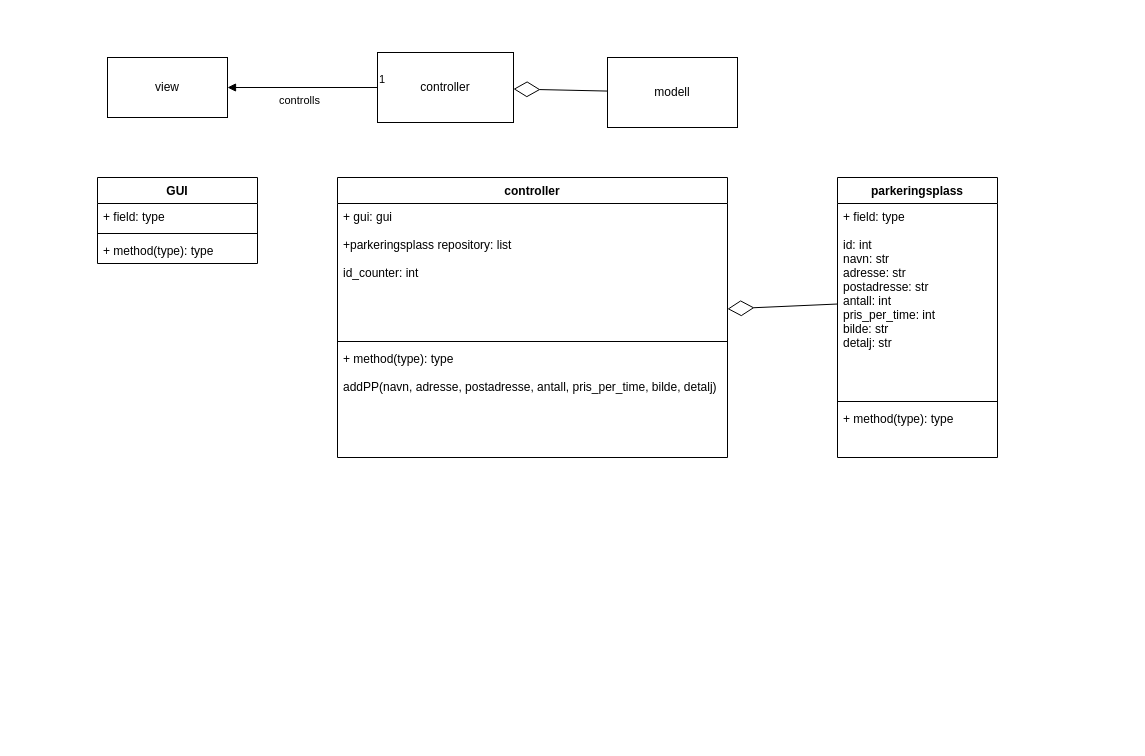
The draw.io diagram parkx_dokumentasjon/diagrammer/klasse diagram/klasse diagram.drawio in Jollokim/ParkX, before the edit. Source tidied: cells renumbered, new cells numbered last; positions are measured from the earlier drawing's top-left corner, leaving out a move shared by most shapes. Both pictures are drawn from the tidied source at 100%, with x=0, y=0 at pixel (97, 52).
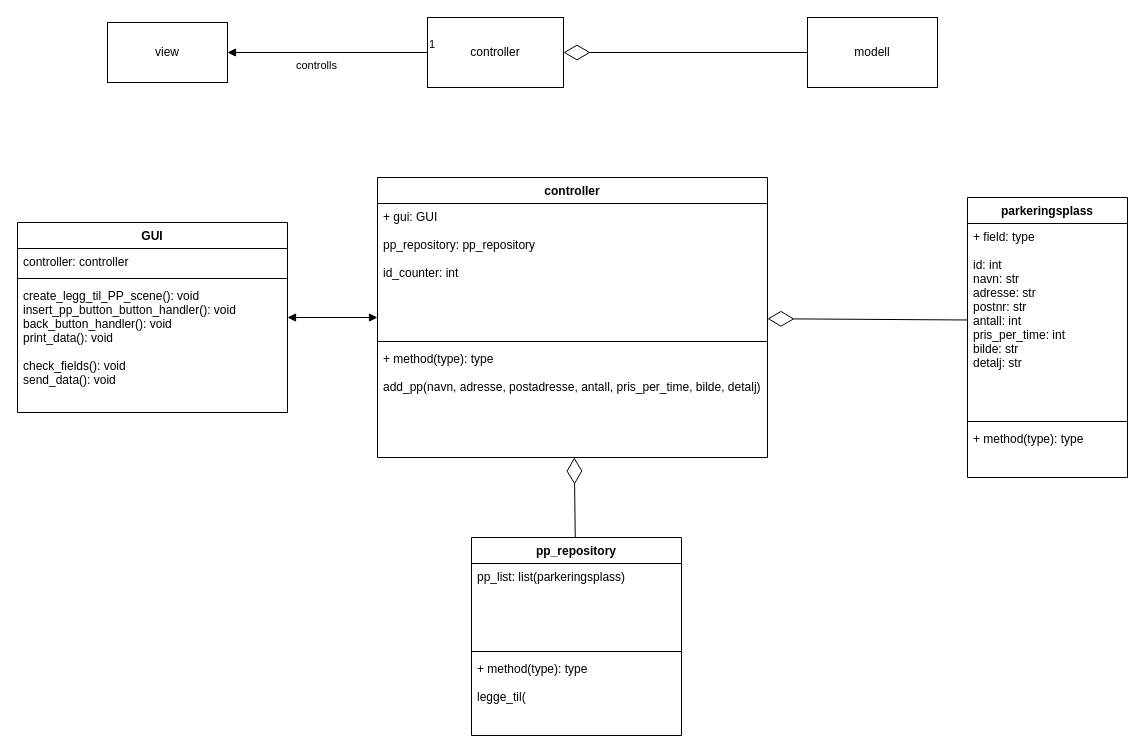
After the change.

What changed in the source:
```diff
@@
     <mxCell id="2" value="view" style="rounded=0;whiteSpace=wrap;html=1;" parent="1" vertex="1">
-      <mxGeometry x="10" y="5" width="120" height="60" as="geometry" />
+      <mxGeometry x="10" y="-30" width="120" height="60" as="geometry" />
     </mxCell>
     <mxCell id="3" value="controller" style="rounded=0;whiteSpace=wrap;html=1;" parent="1" vertex="1">
-      <mxGeometry x="280" width="136" height="70" as="geometry" />
+      <mxGeometry x="330" y="-35" width="136" height="70" as="geometry" />
     </mxCell>
     <mxCell id="4" value="modell" style="rounded=0;whiteSpace=wrap;html=1;" parent="1" vertex="1">
-      <mxGeometry x="510" y="5" width="130" height="70" as="geometry" />
+      <mxGeometry x="710" y="-35" width="130" height="70" as="geometry" />
     </mxCell>
@@
-    <mxCell id="8" value="parkeringsplass" style="swimlane;fontStyle=1;align=center;verticalAlign=top;horizontal=1;startSize=26;" parent="1" vertex="1">
-      <mxGeometry x="740" y="125" width="160" height="280" as="geometry" />
-    </mxCell>
-    <mxCell id="9" value="+ field: type&#10;&#10;id: int&#10;navn: str&#10;adresse: str&#10;postadresse: str&#10;antall: int&#10;pris_per_time: int&#10;bilde: str&#10;detalj: str&#10;" style="text;strokeColor=none;fillColor=none;align=left;verticalAlign=top;spacingLeft=4;spacingRight=4;overflow=hidden;points=[[0,0.5],[1,0.5]];portConstraint=eastwest;" parent="8" vertex="1">
-      <mxGeometry y="26" width="160" height="194" as="geometry" />
-    </mxCell>
-    <mxCell id="10" style="line;strokeWidth=1;fillColor=none;align=left;verticalAlign=middle;spacingTop=-1;spacingLeft=3;spacingRight=3;labelPosition=right;" parent="8" vertex="1">
-      <mxGeometry y="220" width="160" height="8" as="geometry" />
-    </mxCell>
-    <mxCell id="11" value="+ method(type): type" style="text;strokeColor=none;fillColor=none;align=left;verticalAlign=top;spacingLeft=4;spacingRight=4;overflow=hidden;" parent="8" vertex="1">
-      <mxGeometry y="228" width="160" height="52" as="geometry" />
-    </mxCell>
@@
     <mxCell id="13" value="controller" style="swimlane;fontStyle=1;align=center;verticalAlign=top;horizontal=1;startSize=26;" parent="1" vertex="1">
-      <mxGeometry x="240" y="125" width="390" height="280" as="geometry" />
+      <mxGeometry x="280" y="125" width="390" height="280" as="geometry" />
     </mxCell>
-    <mxCell id="14" value="+ gui: gui&#10;&#10;+parkeringsplass repository: list&#10;&#10;id_counter: int " style="text;strokeColor=none;fillColor=none;align=left;verticalAlign=top;spacingLeft=4;spacingRight=4;overflow=hidden;" parent="13" vertex="1">
+    <mxCell id="14" value="+ gui: GUI&#10;&#10;pp_repository: pp_repository&#10;&#10;id_counter: int " style="text;strokeColor=none;fillColor=none;align=left;verticalAlign=top;spacingLeft=4;spacingRight=4;overflow=hidden;" parent="13" vertex="1">
       <mxGeometry y="26" width="390" height="134" as="geometry" />
     </mxCell>
@@
-    <mxCell id="16" value="+ method(type): type&#10;&#10;addPP(navn, adresse, postadresse, antall, pris_per_time, bilde, detalj)&#10;&#10;" style="text;strokeColor=none;fillColor=none;align=left;verticalAlign=top;spacingLeft=4;spacingRight=4;overflow=hidden;" parent="13" vertex="1">
+    <mxCell id="16" value="+ method(type): type&#10;&#10;add_pp(navn, adresse, postadresse, antall, pris_per_time, bilde, detalj)&#10;&#10;" style="text;strokeColor=none;fillColor=none;align=left;verticalAlign=top;spacingLeft=4;spacingRight=4;overflow=hidden;" parent="13" vertex="1">
       <mxGeometry y="168" width="390" height="112" as="geometry" />
     </mxCell>
+    <mxCell id="21" value="pp_repository" style="swimlane;fontStyle=1;align=center;verticalAlign=top;horizontal=1;startSize=26;" parent="1" vertex="1">
+      <mxGeometry x="374" y="485" width="210" height="198" as="geometry" />
+    </mxCell>
+    <mxCell id="22" value="pp_list: list(parkeringsplass)&#10;&#10;" style="text;strokeColor=none;fillColor=none;align=left;verticalAlign=top;spacingLeft=4;spacingRight=4;overflow=hidden;" parent="21" vertex="1">
+      <mxGeometry y="26" width="210" height="84" as="geometry" />
+    </mxCell>
+    <mxCell id="23" style="line;strokeWidth=1;fillColor=none;align=left;verticalAlign=middle;spacingTop=-1;spacingLeft=3;spacingRight=3;labelPosition=right;" parent="21" vertex="1">
+      <mxGeometry y="110" width="210" height="8" as="geometry" />
+    </mxCell>
+    <mxCell id="24" value="+ method(type): type&#10;&#10;legge_til(" style="text;strokeColor=none;fillColor=none;align=left;verticalAlign=top;spacingLeft=4;spacingRight=4;overflow=hidden;" parent="21" vertex="1">
+      <mxGeometry y="118" width="210" height="80" as="geometry" />
+    </mxCell>
+    <mxCell id="25" style="endArrow=diamondThin;endFill=0;endSize=24;html=1;" parent="1" edge="1" source="21" target="13">
+      <mxGeometry relative="1" as="geometry" />
+    </mxCell>
+    <mxCell id="8" value="parkeringsplass" style="swimlane;fontStyle=1;align=center;verticalAlign=top;horizontal=1;startSize=26;" parent="1" vertex="1">
+      <mxGeometry x="870" y="145" width="160" height="280" as="geometry" />
+    </mxCell>
+    <mxCell id="9" value="+ field: type&#10;&#10;id: int&#10;navn: str&#10;adresse: str&#10;postnr: str&#10;antall: int&#10;pris_per_time: int&#10;bilde: str&#10;detalj: str&#10;" style="text;strokeColor=none;fillColor=none;align=left;verticalAlign=top;spacingLeft=4;spacingRight=4;overflow=hidden;points=[[0,0.5],[1,0.5]];portConstraint=eastwest;" parent="8" vertex="1">
+      <mxGeometry y="26" width="160" height="194" as="geometry" />
+    </mxCell>
+    <mxCell id="10" style="line;strokeWidth=1;fillColor=none;align=left;verticalAlign=middle;spacingTop=-1;spacingLeft=3;spacingRight=3;labelPosition=right;" parent="8" vertex="1">
+      <mxGeometry y="220" width="160" height="8" as="geometry" />
+    </mxCell>
+    <mxCell id="11" value="+ method(type): type" style="text;strokeColor=none;fillColor=none;align=left;verticalAlign=top;spacingLeft=4;spacingRight=4;overflow=hidden;" parent="8" vertex="1">
+      <mxGeometry y="228" width="160" height="52" as="geometry" />
+    </mxCell>
+    <mxCell id="26" style="endArrow=block;startArrow=block;endFill=1;startFill=1;html=1;" parent="1" edge="1" source="17" target="13">
+      <mxGeometry relative="1" as="geometry" />
+    </mxCell>
     <mxCell id="17" value="GUI" style="swimlane;fontStyle=1;align=center;verticalAlign=top;horizontal=1;startSize=26;" parent="1" vertex="1">
-      <mxGeometry y="125" width="160" height="86" as="geometry" />
+      <mxGeometry x="-80" y="170" width="270" height="190" as="geometry" />
     </mxCell>
-    <mxCell id="18" value="+ field: type" style="text;strokeColor=none;fillColor=none;align=left;verticalAlign=top;spacingLeft=4;spacingRight=4;overflow=hidden;" parent="17" vertex="1">
-      <mxGeometry y="26" width="160" height="26" as="geometry" />
+    <mxCell id="18" value="controller: controller" style="text;strokeColor=none;fillColor=none;align=left;verticalAlign=top;spacingLeft=4;spacingRight=4;overflow=hidden;" parent="17" vertex="1">
+      <mxGeometry y="26" width="270" height="26" as="geometry" />
     </mxCell>
     <mxCell id="19" style="line;strokeWidth=1;fillColor=none;align=left;verticalAlign=middle;spacingTop=-1;spacingLeft=3;spacingRight=3;labelPosition=right;" parent="17" vertex="1">
-      <mxGeometry y="52" width="160" height="8" as="geometry" />
+      <mxGeometry y="52" width="270" height="8" as="geometry" />
     </mxCell>
-    <mxCell id="20" value="+ method(type): type" style="text;strokeColor=none;fillColor=none;align=left;verticalAlign=top;spacingLeft=4;spacingRight=4;overflow=hidden;" parent="17" vertex="1">
-      <mxGeometry y="60" width="160" height="26" as="geometry" />
+    <mxCell id="20" value="create_legg_til_PP_scene(): void&#10;insert_pp_button_button_handler(): void&#10;back_button_handler(): void&#10;print_data(): void&#10;&#10;check_fields(): void&#10;send_data(): void" style="text;strokeColor=none;fillColor=none;align=left;verticalAlign=top;spacingLeft=4;spacingRight=4;overflow=hidden;" parent="17" vertex="1">
+      <mxGeometry y="60" width="270" height="130" as="geometry" />
     </mxCell>
```
